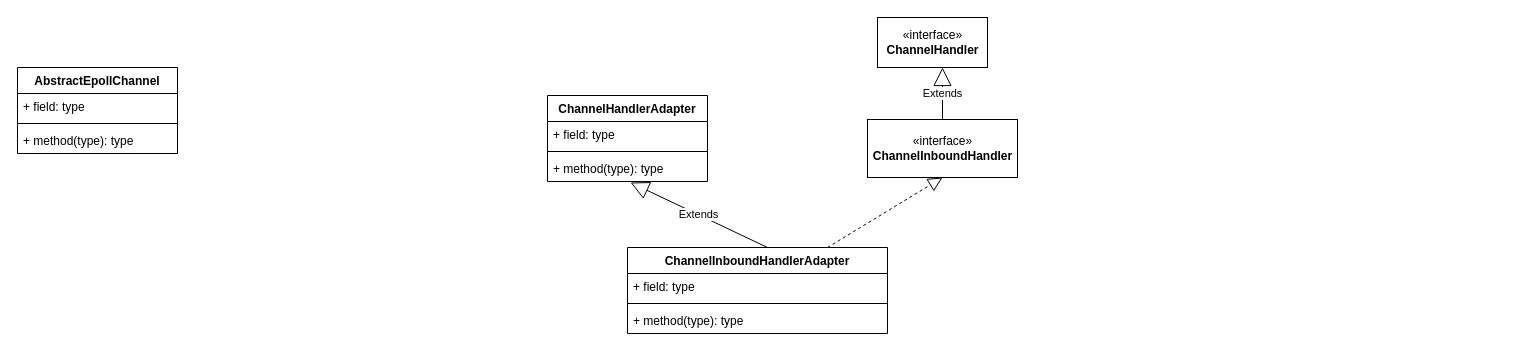
Earlier version of the draw.io diagram page "Channel" (2 of 2) of Netty.drawio (tadsimons/draw). Source tidied: cells renumbered, new cells numbered last; positions are measured from the earlier drawing's top-left corner, leaving out a move shared by most shapes. Both pictures are drawn from the tidied source at 100%, with x=0, y=0 at pixel (17, 17).
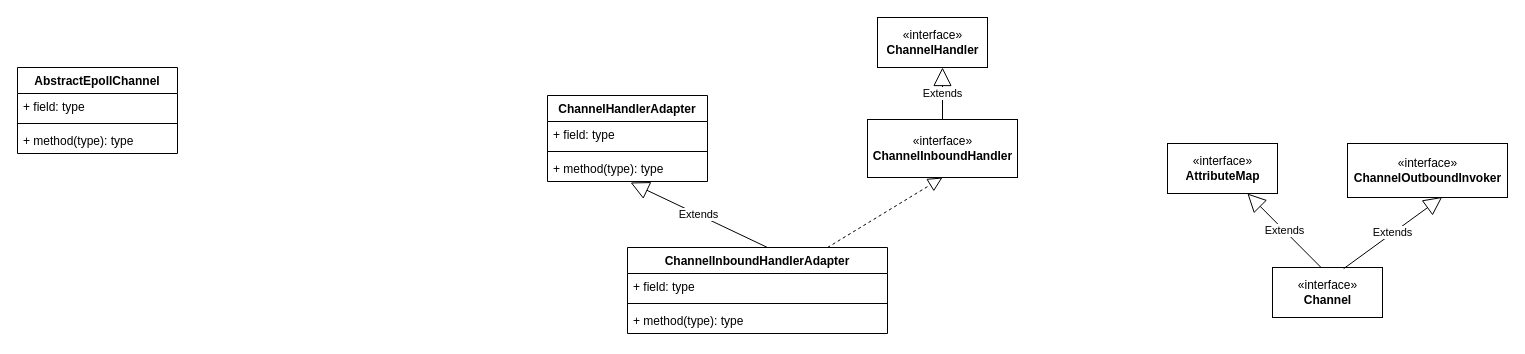
The same diagram, later.

The edit, as a diff of the source:
```diff
@@
+    <mxCell id="19" value="«interface»&lt;br&gt;&lt;b&gt;Channel&lt;/b&gt;" style="html=1;" parent="1" vertex="1">
+      <mxGeometry x="1255" y="250" width="110" height="50" as="geometry" />
+    </mxCell>
+    <mxCell id="20" value="«interface»&lt;br&gt;&lt;b&gt;AttributeMap&lt;/b&gt;" style="html=1;" parent="1" vertex="1">
+      <mxGeometry x="1150" y="126" width="110" height="50" as="geometry" />
+    </mxCell>
+    <mxCell id="21" value="Extends" style="endArrow=block;endSize=16;endFill=0;html=1;exitX=0.446;exitY=0.01;exitDx=0;exitDy=0;exitPerimeter=0;" parent="1" edge="1" source="19" target="20">
+      <mxGeometry relative="1" as="geometry" />
+    </mxCell>
+    <mxCell id="22" value="«interface»&lt;br&gt;&lt;b&gt;ChannelOutboundInvoker&lt;/b&gt;" style="html=1;" parent="1" vertex="1">
+      <mxGeometry x="1330" y="126" width="160" height="54" as="geometry" />
+    </mxCell>
+    <mxCell id="23" value="Extends" style="endArrow=block;endSize=16;endFill=0;html=1;entryX=0.592;entryY=0.99;entryDx=0;entryDy=0;entryPerimeter=0;exitX=0.647;exitY=0.023;exitDx=0;exitDy=0;exitPerimeter=0;" parent="1" edge="1" source="19" target="22">
+      <mxGeometry relative="1" as="geometry" />
+    </mxCell>
```
